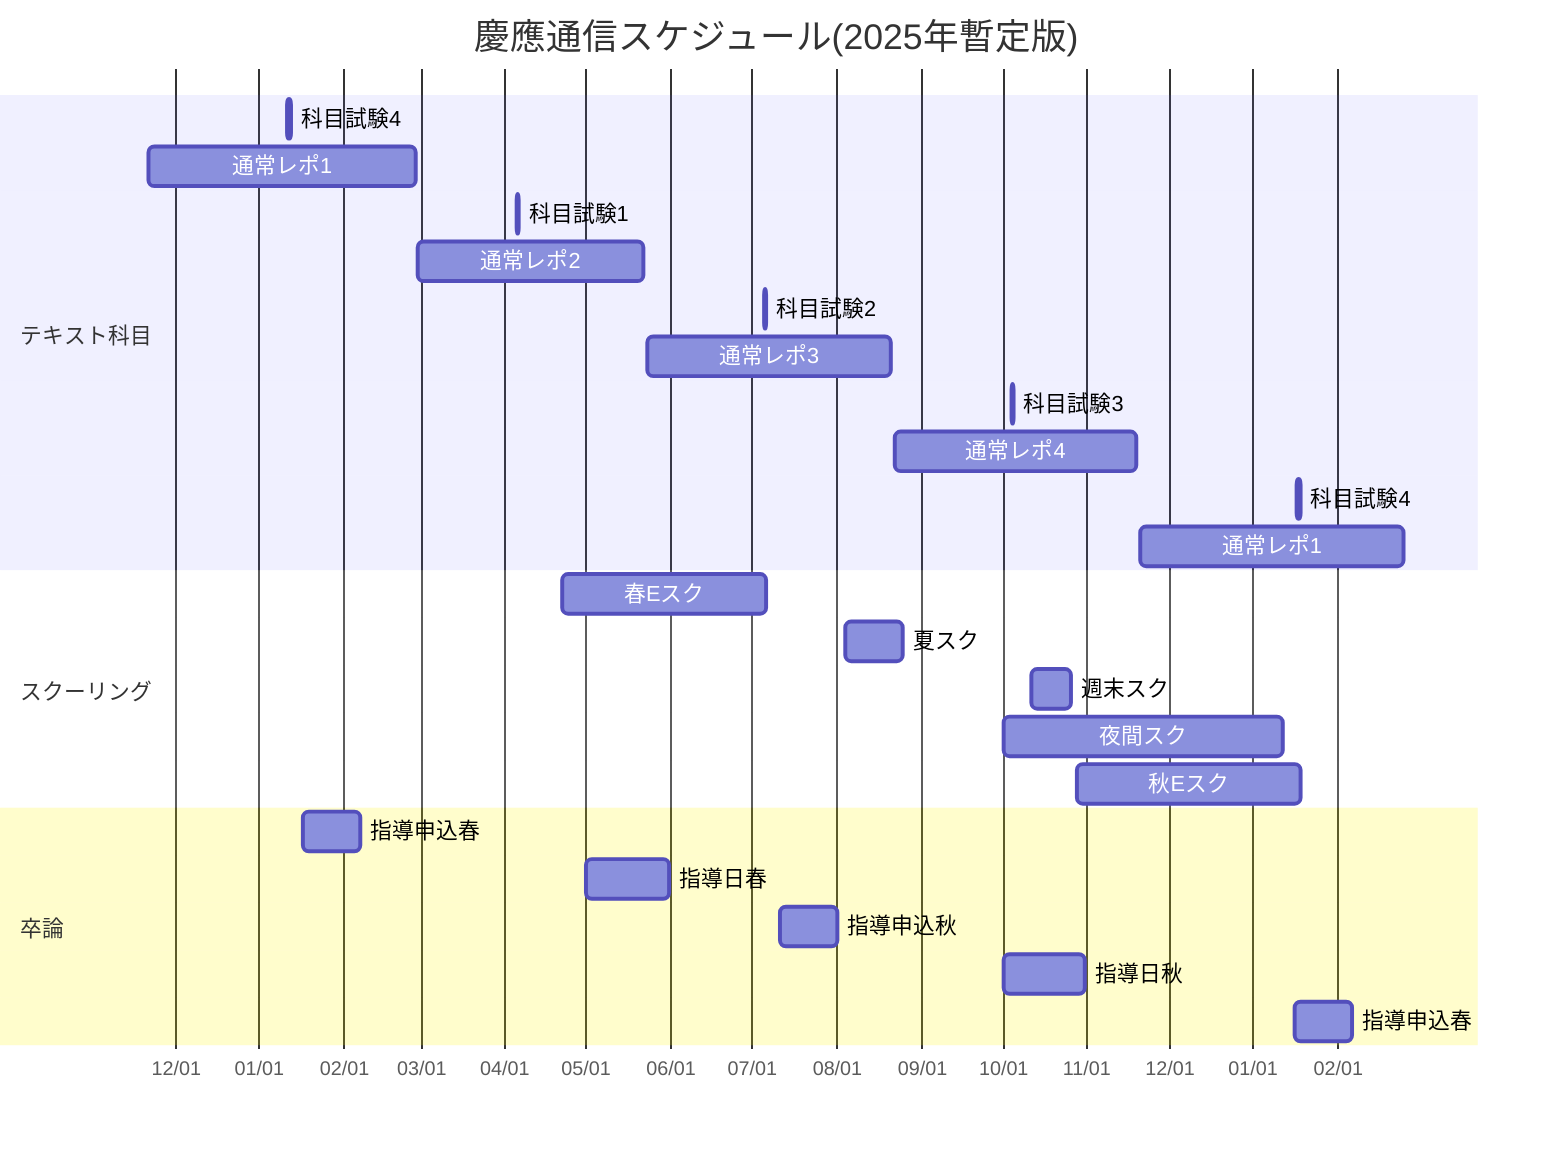
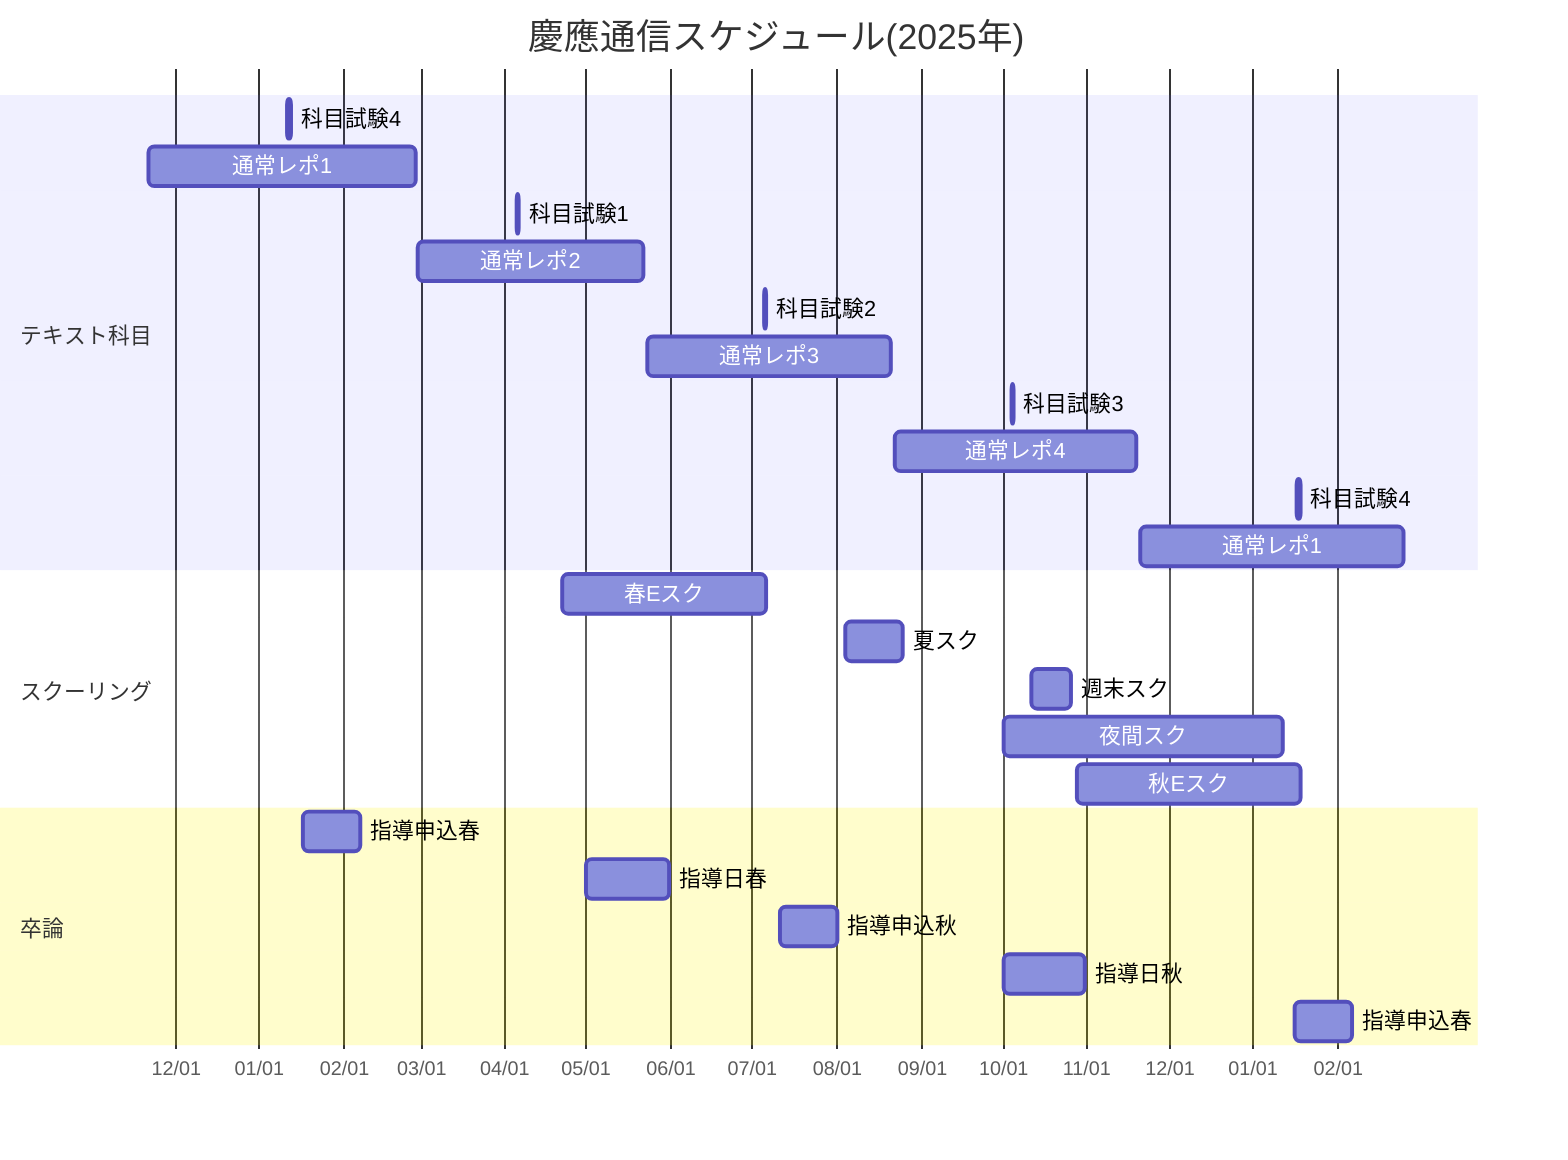
﻿gantt
-   title 慶應通信スケジュール(2025年暫定版)
+   title 慶應通信スケジュール(2025年)
  dateFormat YY-MM-DD
  axisFormat  %m/%d

  section テキスト科目
  科目試験4: 25-01-11, 25-01-12
  通常レポ1: 24-11-21, 25-02-27
  科目試験1: 25-04-05, 25-04-06
  通常レポ2: 25-02-28, 25-05-22
  科目試験2: 25-07-05, 25-07-06
  通常レポ3: 25-05-23, 25-08-21
  科目試験3: 25-10-04, 25-10-05
  通常レポ4: 25-08-22, 25-11-19
  科目試験4: 26-01-17, 26-01-18
  通常レポ1: 25-11-20, 26-02-25

  section スクーリング
  春Eスク: 25-04-22, 25-07-06
  夏スク: 25-08-04, 25-08-25
  週末スク: 25-10-11, 25-10-26
  夜間スク: 25-10-01, 26-01-12
  秋Eスク: 25-10-28, 26-01-18

  section 卒論
  指導申込春: 25-01-17, 25-02-07
  指導日春: 25-05-01, 25-05-31
  指導申込秋: 25-07-11, 25-08-01
  指導日秋: 25-10-01, 25-10-31
  指導申込春: 26-01-16, 26-02-06
%%秋Eスク日程、卒論指導申込は昨年実績から推測
%%参考:暫定版が取れてFixする予定の日付
%%1月と4月に更新がありそうです
%%*レポ提出〆切(〜25年11月):25/1
%%*科目試験日程(〜26年1月):25/1
%%*スクーリング日程:24/12
%%*Eスク(春)授業期間:25/1
%%*Eスク(秋)授業期間:25/4
%%*卒論指導(秋春)申込期間:25/4
%%*シラバス公開:25/3